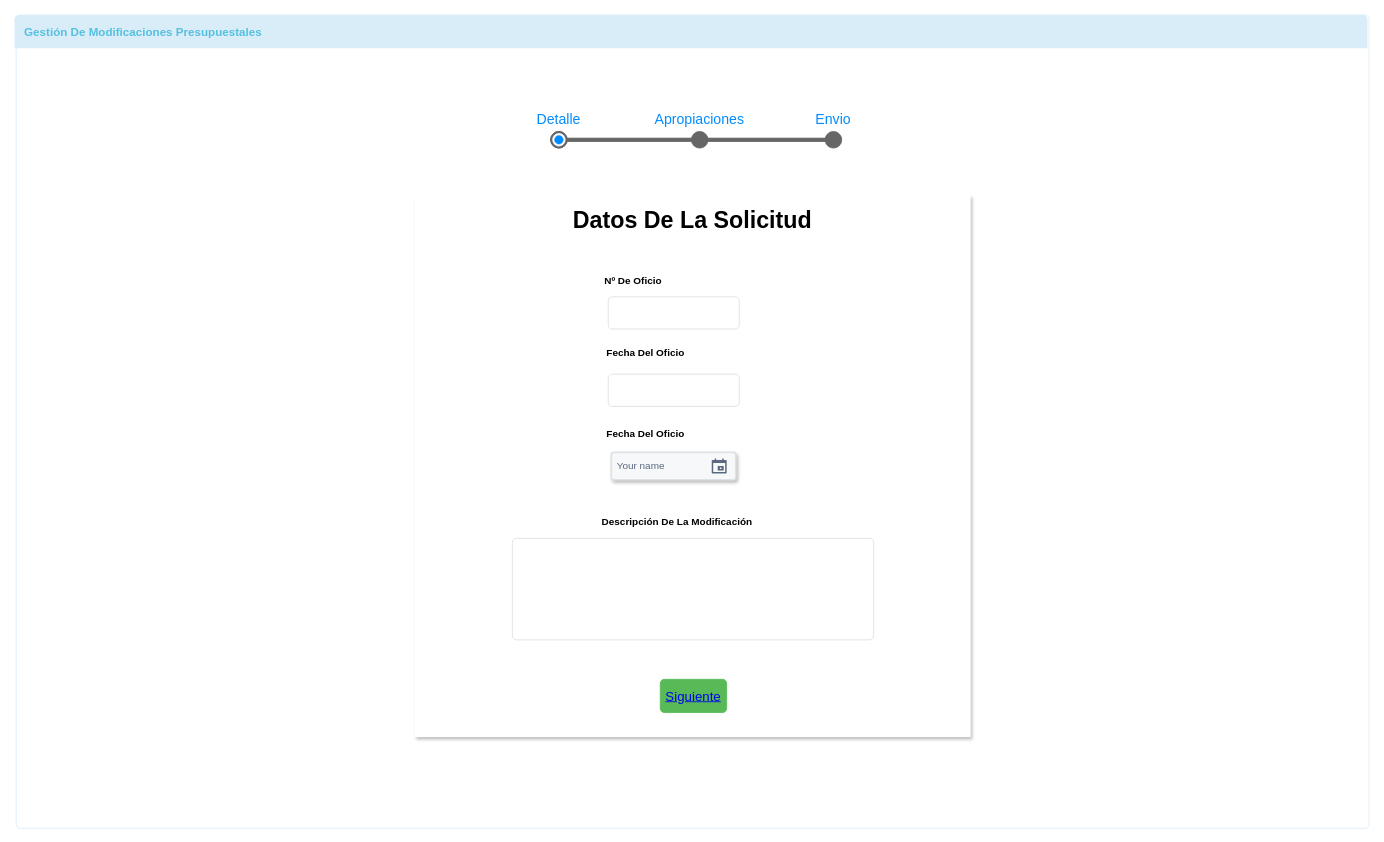
This is page "Detalle Solicitud" (1 of 7) of movimientos/movimientos/mockups/modificaciones_presupuestales/modificaciones_presupuestales.drawio from udistrital/financiera_documentacion, a draw.io file, before an edit. Source tidied: cells renumbered, new cells numbered last; positions are measured from the earlier drawing's top-left corner, leaving out a move shared by most shapes. Both pictures are drawn from the tidied source at 83%, with x=0, y=0 at pixel (16, 15).
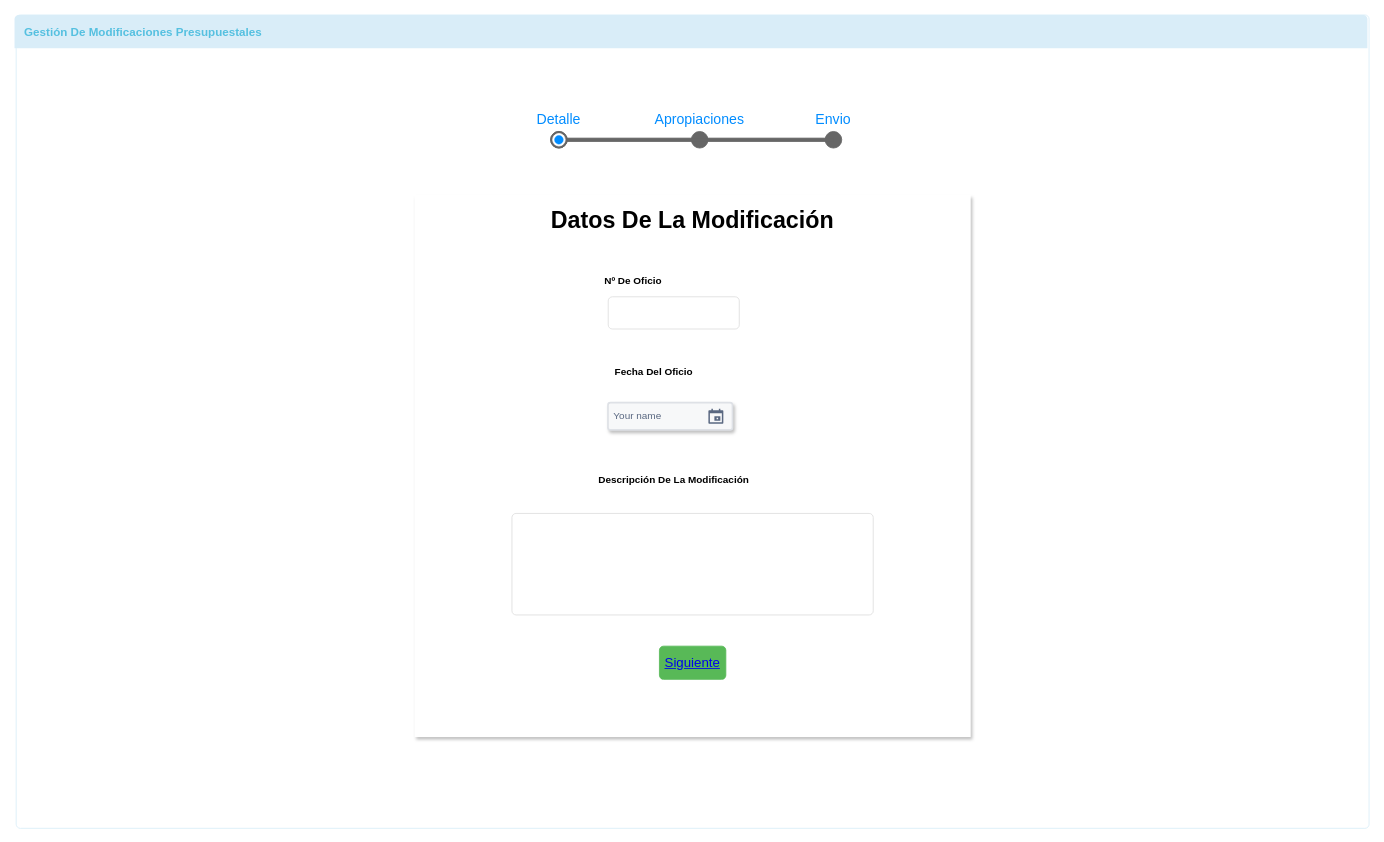
The same page after the edit.

What changed in the source:
```diff
@@
 <mxGraphModel>
   <root>
     <mxCell id="0" />
     <mxCell id="1" parent="0" />
     <mxCell id="2" style="html=1;shadow=0;dashed=0;shape=mxgraph.bootstrap.rrect;align=center;rSize=5;strokeColor=#D9EDF8;fillColor=#ffffff;fontColor=#f0f0f0;spacingTop=30;whiteSpace=wrap;" parent="1" vertex="1">
       <mxGeometry y="-0.5" width="1630" height="980" as="geometry" />
     </mxCell>
     <mxCell id="3" value="Gestión De Modificaciones Presupuestales&amp;nbsp;" style="html=1;shadow=0;dashed=0;shape=mxgraph.bootstrap.topButton;rSize=5;strokeColor=none;fillColor=#D9EDF8;fontColor=#55C0E0;fontSize=14;fontStyle=1;align=left;spacingLeft=10;whiteSpace=wrap;" parent="2" vertex="1">
       <mxGeometry width="1630" height="40" relative="1" as="geometry">
         <mxPoint x="-2" as="offset" />
       </mxGeometry>
     </mxCell>
     <mxCell id="4" value="&amp;nbsp; &amp;nbsp; &amp;nbsp; &amp;nbsp; &amp;nbsp; &amp;nbsp; &amp;nbsp; &amp;nbsp; &amp;nbsp; &amp;nbsp;" style="strokeWidth=1;shadow=0;dashed=0;align=center;html=1;shape=mxgraph.mockup.navigation.stepBar;strokeColor=#666666;textColor=#666666;textColor2=#008CFF;mainText=+Detalle,Apropiaciones, Envio;textSize=17;fillColor=#f5f5f5;overflow=fill;fontSize=17;fontColor=#333333;noLabel=0;" parent="2" vertex="1">
       <mxGeometry x="592.3" y="116.4" width="445.5" height="48.5" as="geometry" />
     </mxCell>
     <mxCell id="5" style="rounded=0;whiteSpace=wrap;html=1;strokeColor=none;shadow=1;" parent="2" vertex="1">
       <mxGeometry x="480" y="217" width="670" height="653" as="geometry" />
     </mxCell>
     <mxCell id="6" style="html=1;shadow=0;dashed=0;shape=mxgraph.bootstrap.rrect;rSize=5;fillColor=#ffffff;strokeColor=#dddddd;fontSize=16;align=left;spacingLeft=10;whiteSpace=wrap;" parent="2" vertex="1">
       <mxGeometry x="713.3" y="339.6" width="157.9" height="38.8" as="geometry" />
     </mxCell>
     <mxCell id="7" value="Nº De Oficio" style="text;html=1;strokeColor=none;fillColor=none;align=center;verticalAlign=middle;whiteSpace=wrap;rounded=0;fontStyle=1;" parent="2" vertex="1">
       <mxGeometry x="703.1" y="310.5" width="81" height="19.4" as="geometry" />
     </mxCell>
-    <mxCell id="8" value="Fecha Del Oficio" style="text;html=1;strokeColor=none;fillColor=none;align=center;verticalAlign=middle;whiteSpace=wrap;rounded=0;fontStyle=1;" parent="2" vertex="1">
-      <mxGeometry x="703.1" y="397.8" width="111.4" height="19.4" as="geometry" />
-    </mxCell>
     <mxCell id="9" value="Fecha Del Oficio" style="text;html=1;strokeColor=none;fillColor=none;align=center;verticalAlign=middle;whiteSpace=wrap;rounded=0;fontStyle=1;" parent="2" vertex="1">
-      <mxGeometry x="703.1" y="494.9" width="111.4" height="19.4" as="geometry" />
+      <mxGeometry x="713.1" y="420.4" width="111.4" height="19.4" as="geometry" />
     </mxCell>
-    <mxCell id="10" style="html=1;shadow=0;dashed=0;shape=mxgraph.bootstrap.rrect;rSize=5;fillColor=#ffffff;strokeColor=#dddddd;fontSize=16;align=left;spacingLeft=10;whiteSpace=wrap;" parent="2" vertex="1">
-      <mxGeometry x="713.3" y="432.8" width="157.9" height="38.8" as="geometry" />
-    </mxCell>
     <mxCell id="11" value="Descripción De La Modificación" style="text;html=1;strokeColor=none;fillColor=none;align=center;verticalAlign=middle;whiteSpace=wrap;rounded=0;fontStyle=1;" parent="2" vertex="1">
-      <mxGeometry x="703.1" y="600.4" width="187.3" height="19.4" as="geometry" />
+      <mxGeometry x="698.6" y="550.4" width="187.3" height="19.4" as="geometry" />
     </mxCell>
     <mxCell id="12" style="html=1;shadow=0;dashed=0;shape=mxgraph.bootstrap.rrect;rSize=5;fillColor=#ffffff;strokeColor=#dddddd;fontSize=16;align=left;spacingLeft=10;whiteSpace=wrap;" parent="2" vertex="1">
-      <mxGeometry x="597.8" y="630.6" width="435.3" height="122.3" as="geometry" />
+      <mxGeometry x="597.3" y="600.6" width="435.3" height="122.3" as="geometry" />
     </mxCell>
-    <mxCell id="13" value="&lt;b&gt;&lt;font style=&quot;font-size: 28px&quot;&gt;Datos De La Solicitud&lt;/font&gt;&lt;/b&gt;" style="text;html=1;strokeColor=none;fillColor=none;align=center;verticalAlign=middle;whiteSpace=wrap;rounded=0;" parent="2" vertex="1">
+    <mxCell id="13" value="&lt;b&gt;&lt;font style=&quot;font-size: 28px&quot;&gt;Datos De La Modificación&lt;/font&gt;&lt;/b&gt;" style="text;html=1;strokeColor=none;fillColor=none;align=center;verticalAlign=middle;whiteSpace=wrap;rounded=0;" parent="2" vertex="1">
       <mxGeometry x="572" y="232.9" width="486" height="29.1" as="geometry" />
     </mxCell>
     <mxCell id="14" value="Your name" style="rounded=1;arcSize=9;fillColor=#F7F8F9;align=left;spacingLeft=5;strokeColor=#DEE1E6;html=1;strokeWidth=2;fontColor=#596780;fontSize=12;shadow=1;" parent="2" vertex="1">
-      <mxGeometry x="717" y="527" width="150" height="33" as="geometry" />
+      <mxGeometry x="713" y="467" width="150" height="33" as="geometry" />
     </mxCell>
     <mxCell id="15" style="shape=mxgraph.gmdl.calendar;fillColor=#5A6881;strokeColor=none;" parent="14" vertex="1">
       <mxGeometry x="1" y="0.5" width="18" height="18" relative="1" as="geometry">
         <mxPoint x="-29" y="-9" as="offset" />
       </mxGeometry>
     </mxCell>
     <mxCell id="16" value="&lt;a href=&quot;data:page/id,bQaWnmrCuwY2cVPYgqx6&quot;&gt;Siguiente&lt;/a&gt;" style="html=1;shadow=0;dashed=0;shape=mxgraph.bootstrap.rrect;rSize=5;fillColor=#58B957;align=center;strokeColor=#58B957;fontColor=#ffffff;fontSize=16;whiteSpace=wrap;" parent="2" vertex="1">
-      <mxGeometry x="776" y="800.5" width="80" height="40" as="geometry" />
+      <mxGeometry x="775" y="760.5" width="80" height="40" as="geometry" />
     </mxCell>
   </root>
 </mxGraphModel>
```
